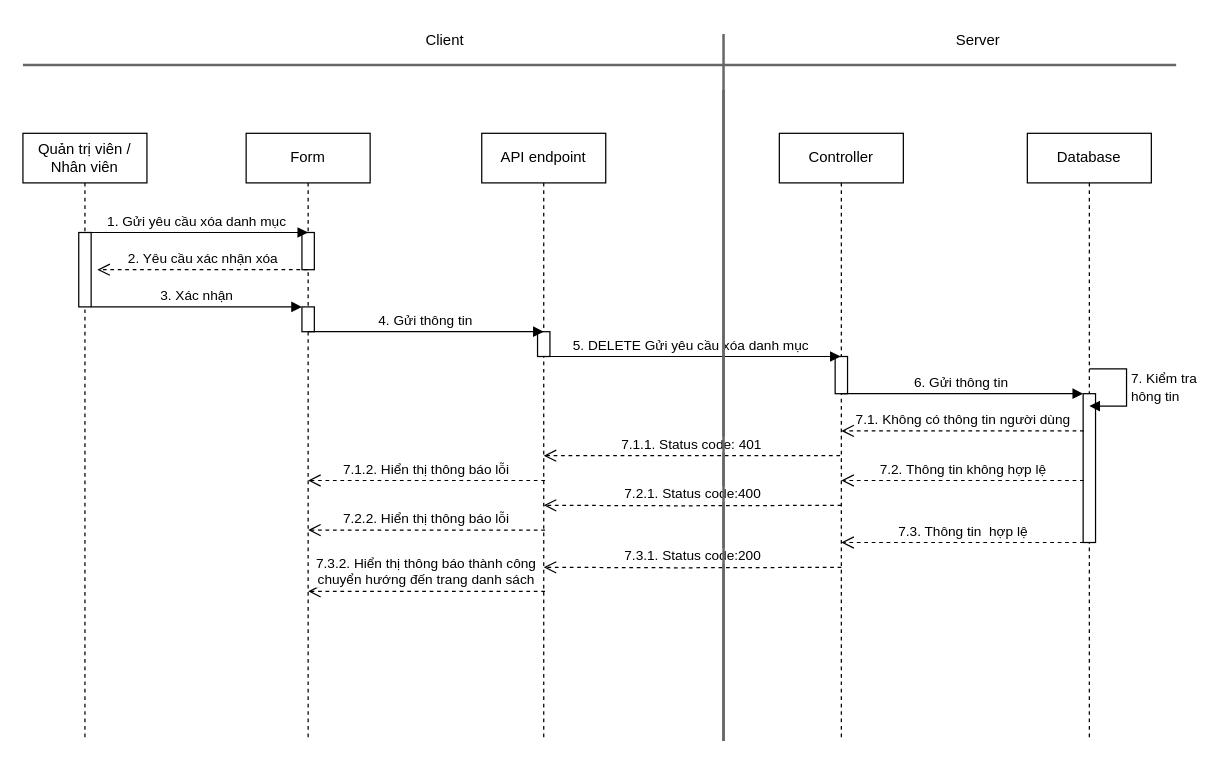
hieuNV0871/da keeps this draw.io diagram as page "Page-4" (4 of 4) of SD/SD_QUANLYDANHMUC.drawio. Above is the earlier version. Source tidied: cells renumbered, new cells numbered last; positions are measured from the earlier drawing's top-left corner, leaving out a move shared by most shapes. Both pictures are drawn from the tidied source at 124%, with x=0, y=0 at pixel (22, 21).
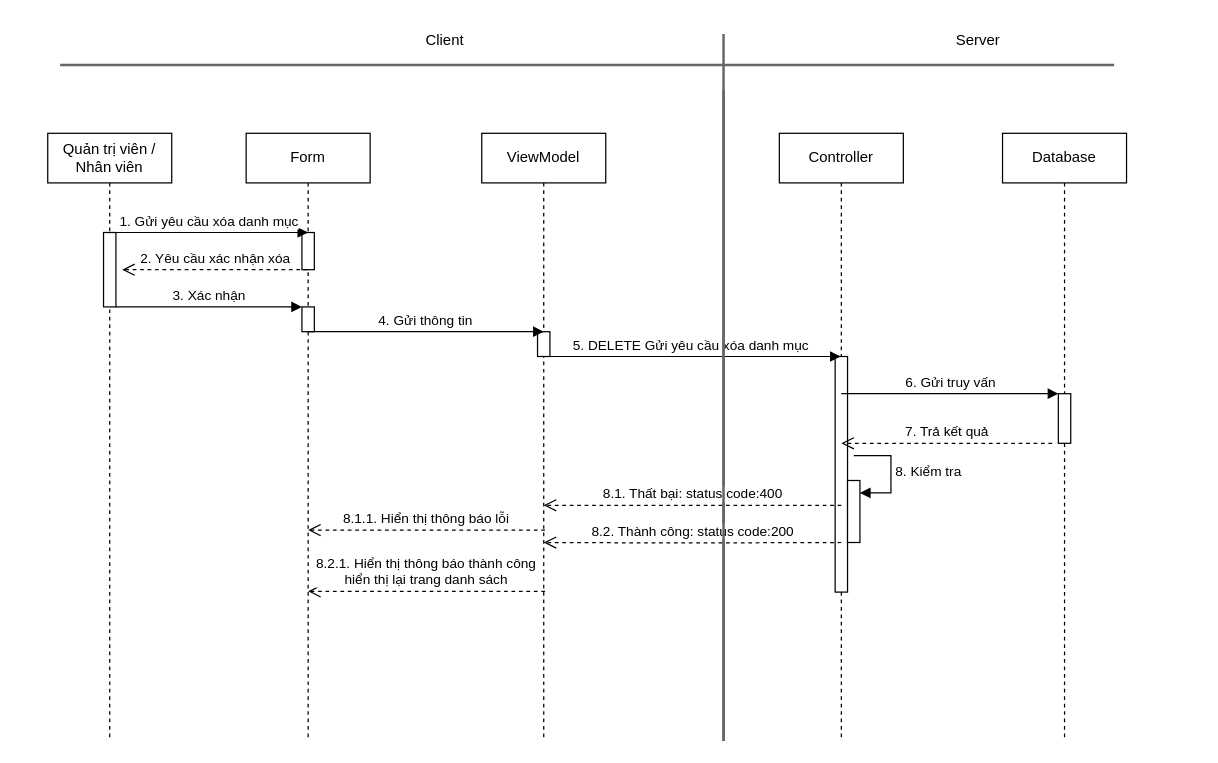
The same page after the edit.

Unchanged cells that the change refers to:
```xml
<mxCell id="7" value="Controller" style="shape=umlLifeline;perimeter=lifelinePerimeter;whiteSpace=wrap;html=1;outlineConnect=0;portConstraint=eastwest;newEdgeStyle={&quot;curved&quot;:0,&quot;rounded&quot;:0};" parent="1" vertex="1">
  <mxGeometry x="610" y="90" width="100" height="490" as="geometry" />
</mxCell>
```

The edit, as a diff of the source:
```diff
@@
     <mxCell id="2" value="Quản trị viên / Nhân viên" style="shape=umlLifeline;perimeter=lifelinePerimeter;whiteSpace=wrap;html=1;newEdgeStyle={&quot;curved&quot;:0,&quot;rounded&quot;:0};" parent="1" vertex="1">
-      <mxGeometry y="90" width="100" height="490" as="geometry" />
+      <mxGeometry x="20" y="90" width="100" height="490" as="geometry" />
     </mxCell>
@@
-    <mxCell id="8" style="html=1;perimeter=orthogonalPerimeter;targetShapes=umlLifeline;newEdgeStyle={&quot;curved&quot;:0,&quot;rounded&quot;:0};" parent="7" vertex="1">
-      <mxGeometry x="45" y="180" width="10" height="30" as="geometry" />
-    </mxCell>
+    <mxCell id="34" style="html=1;perimeter=orthogonalPerimeter;targetShapes=umlLifeline;newEdgeStyle={&quot;curved&quot;:0,&quot;rounded&quot;:0};" parent="7" vertex="1">
+      <mxGeometry x="45" y="180" width="10" height="190" as="geometry" />
+    </mxCell>
+    <mxCell id="35" style="html=1;points=[[0,0,0,0,5],[0,1,0,0,-5],[1,0,0,0,5],[1,1,0,0,-5]];perimeter=orthogonalPerimeter;outlineConnect=0;targetShapes=umlLifeline;portConstraint=eastwest;newEdgeStyle={&quot;curved&quot;:0,&quot;rounded&quot;:0};" parent="7" vertex="1">
+      <mxGeometry x="55" y="280" width="10" height="50" as="geometry" />
+    </mxCell>
+    <mxCell id="36" value="8. Kiểm tra&amp;nbsp;" style="html=1;align=left;spacingLeft=2;endArrow=block;rounded=0;edgeStyle=orthogonalEdgeStyle;curved=0;rounded=0;" parent="7" edge="1" target="35">
+      <mxGeometry relative="1" as="geometry">
+        <mxPoint x="60" y="260" as="sourcePoint" />
+        <Array as="points">
+          <mxPoint x="90" y="290" />
+        </Array>
+      </mxGeometry>
+    </mxCell>
     <mxCell id="9" value="2. Yêu cầu xác nhận xóa" style="html=1;verticalAlign=bottom;endArrow=open;dashed=1;endSize=8;curved=0;rounded=0;" parent="1" edge="1">
       <mxGeometry relative="1" as="geometry">
         <mxPoint x="229.5" y="200" as="sourcePoint" />
-        <mxPoint x="60" y="200" as="targetPoint" />
+        <mxPoint x="80" y="200" as="targetPoint" />
         <Array as="points">
           <mxPoint x="130" y="200" />
         </Array>
       </mxGeometry>
     </mxCell>
@@
     <mxCell id="11" value="1. Gửi yêu cầu xóa danh mục" style="html=1;verticalAlign=bottom;endArrow=block;curved=0;rounded=0;" parent="1" edge="1">
       <mxGeometry relative="1" as="geometry">
-        <mxPoint x="50" y="170" as="sourcePoint" />
+        <mxPoint x="70" y="170" as="sourcePoint" />
         <mxPoint x="230" y="170" as="targetPoint" />
       </mxGeometry>
     </mxCell>
@@
     <mxCell id="13" value="Database" style="shape=umlLifeline;perimeter=lifelinePerimeter;whiteSpace=wrap;html=1;newEdgeStyle={&quot;curved&quot;:0,&quot;rounded&quot;:0};" parent="1" vertex="1">
-      <mxGeometry x="810" y="90" width="100" height="490" as="geometry" />
+      <mxGeometry x="790" y="90" width="100" height="490" as="geometry" />
     </mxCell>
-    <mxCell id="14" style="html=1;points=[[0,0,0,0,5],[0,1,0,0,-5],[1,0,0,0,5],[1,1,0,0,-5]];perimeter=orthogonalPerimeter;outlineConnect=0;targetShapes=umlLifeline;portConstraint=eastwest;newEdgeStyle={&quot;curved&quot;:0,&quot;rounded&quot;:0};" parent="13" vertex="1">
-      <mxGeometry x="45" y="210" width="10" height="120" as="geometry" />
-    </mxCell>
-    <mxCell id="15" style="line;strokeWidth=2;html=1;fillColor=#f5f5f5;fontColor=#333333;strokeColor=#666666;" parent="1" vertex="1">
-      <mxGeometry y="30" width="930" height="10" as="geometry" />
-    </mxCell>
+    <mxCell id="37" style="html=1;points=[[0,0,0,0,5],[0,1,0,0,-5],[1,0,0,0,5],[1,1,0,0,-5]];perimeter=orthogonalPerimeter;outlineConnect=0;targetShapes=umlLifeline;portConstraint=eastwest;newEdgeStyle={&quot;curved&quot;:0,&quot;rounded&quot;:0};" parent="13" vertex="1">
+      <mxGeometry x="45" y="210" width="10" height="40" as="geometry" />
+    </mxCell>
+    <mxCell id="38" style="line;strokeWidth=2;html=1;fillColor=#f5f5f5;fontColor=#333333;strokeColor=#666666;" parent="1" vertex="1">
+      <mxGeometry x="30" y="30" width="850" height="10" as="geometry" />
+    </mxCell>
@@
-    <mxCell id="19" value="API endpoint" style="shape=umlLifeline;perimeter=lifelinePerimeter;whiteSpace=wrap;html=1;newEdgeStyle={&quot;curved&quot;:0,&quot;rounded&quot;:0};" parent="1" vertex="1">
-      <mxGeometry x="370" y="90" width="100" height="490" as="geometry" />
-    </mxCell>
+    <mxCell id="39" value="ViewModel" style="shape=umlLifeline;perimeter=lifelinePerimeter;whiteSpace=wrap;html=1;newEdgeStyle={&quot;curved&quot;:0,&quot;rounded&quot;:0};" parent="1" vertex="1">
+      <mxGeometry x="370" y="90" width="100" height="490" as="geometry" />
+    </mxCell>
-    <mxCell id="20" style="html=1;perimeter=orthogonalPerimeter;targetShapes=umlLifeline;newEdgeStyle={&quot;curved&quot;:0,&quot;rounded&quot;:0};" parent="19" vertex="1">
+    <mxCell id="20" style="html=1;perimeter=orthogonalPerimeter;targetShapes=umlLifeline;newEdgeStyle={&quot;curved&quot;:0,&quot;rounded&quot;:0};" parent="39" vertex="1">
       <mxGeometry x="45" y="160" width="10" height="20" as="geometry" />
     </mxCell>
@@
-    <mxCell id="22" value="7. Kiểm tra &lt;br&gt;hông tin" style="html=1;align=left;spacingLeft=2;endArrow=block;rounded=0;edgeStyle=orthogonalEdgeStyle;curved=0;rounded=0;" parent="1" edge="1">
-      <mxGeometry relative="1" as="geometry">
-        <mxPoint x="860" y="280" as="sourcePoint" />
-        <mxPoint x="860" y="310" as="targetPoint" />
-        <Array as="points">
-          <mxPoint x="890" y="310" />
-        </Array>
-      </mxGeometry>
-    </mxCell>
-    <mxCell id="23" value="6. Gửi thông tin&amp;nbsp;" style="html=1;verticalAlign=bottom;endArrow=block;curved=0;rounded=0;" parent="1" edge="1" target="14">
-      <mxGeometry relative="1" as="geometry">
-        <mxPoint x="660" y="300" as="sourcePoint" />
-      </mxGeometry>
-    </mxCell>
-    <mxCell id="24" value="7.1. Không có thông tin người dùng" style="html=1;verticalAlign=bottom;endArrow=open;dashed=1;endSize=8;curved=0;rounded=0;" parent="1" edge="1">
-      <mxGeometry relative="1" as="geometry">
-        <mxPoint x="855.5" y="330" as="sourcePoint" />
-        <mxPoint x="660" y="330" as="targetPoint" />
-        <Array as="points">
-          <mxPoint x="695.5" y="330" />
-        </Array>
-      </mxGeometry>
-    </mxCell>
-    <mxCell id="25" value="7.2. Thông tin không hợp lệ" style="html=1;verticalAlign=bottom;endArrow=open;dashed=1;endSize=8;curved=0;rounded=0;" parent="1" edge="1">
-      <mxGeometry relative="1" as="geometry">
-        <mxPoint x="855.5" y="370" as="sourcePoint" />
-        <mxPoint x="660" y="370" as="targetPoint" />
-      </mxGeometry>
-    </mxCell>
-    <mxCell id="26" value="7.1.1. Status code: 401" style="html=1;verticalAlign=bottom;endArrow=open;dashed=1;endSize=8;curved=0;rounded=0;" parent="1" edge="1">
-      <mxGeometry relative="1" as="geometry">
-        <mxPoint x="659" y="350" as="sourcePoint" />
-        <mxPoint x="420" y="350" as="targetPoint" />
-        <Array as="points">
-          <mxPoint x="520.5" y="350" />
-        </Array>
-      </mxGeometry>
-    </mxCell>
-    <mxCell id="27" value="7.2.1. Status code:400" style="html=1;verticalAlign=bottom;endArrow=open;dashed=1;endSize=8;curved=0;rounded=0;" parent="1" edge="1">
-      <mxGeometry relative="1" as="geometry">
-        <mxPoint x="660" y="390" as="sourcePoint" />
-        <mxPoint x="420" y="390" as="targetPoint" />
-        <Array as="points">
-          <mxPoint x="530.5" y="390.4" />
-        </Array>
-      </mxGeometry>
-    </mxCell>
-    <mxCell id="28" value="7.1.2. Hiển thị thông báo lỗi" style="html=1;verticalAlign=bottom;endArrow=open;dashed=1;endSize=8;curved=0;rounded=0;" parent="1" edge="1">
-      <mxGeometry relative="1" as="geometry">
-        <mxPoint x="421" y="370" as="sourcePoint" />
-        <mxPoint x="230" y="370" as="targetPoint" />
-      </mxGeometry>
-    </mxCell>
-    <mxCell id="29" value="7.3. Thông tin&amp;nbsp; hợp lệ" style="html=1;verticalAlign=bottom;endArrow=open;dashed=1;endSize=8;curved=0;rounded=0;" parent="1" edge="1">
-      <mxGeometry relative="1" as="geometry">
-        <mxPoint x="855.5" y="420" as="sourcePoint" />
-        <mxPoint x="660" y="420" as="targetPoint" />
-      </mxGeometry>
-    </mxCell>
-    <mxCell id="30" value="7.3.1. Status code:200" style="html=1;verticalAlign=bottom;endArrow=open;dashed=1;endSize=8;curved=0;rounded=0;" parent="1" edge="1">
-      <mxGeometry relative="1" as="geometry">
-        <mxPoint x="660" y="440" as="sourcePoint" />
-        <mxPoint x="420" y="440" as="targetPoint" />
-        <Array as="points">
-          <mxPoint x="530.5" y="440.4" />
-        </Array>
-      </mxGeometry>
-    </mxCell>
+    <mxCell id="40" value="6. Gửi truy vấn" style="html=1;verticalAlign=bottom;endArrow=block;curved=0;rounded=0;" parent="1" edge="1" target="37">
+      <mxGeometry relative="1" as="geometry">
+        <mxPoint x="660" y="300" as="sourcePoint" />
+      </mxGeometry>
+    </mxCell>
+    <mxCell id="41" value="7. Trả kết quả" style="html=1;verticalAlign=bottom;endArrow=open;dashed=1;endSize=8;curved=0;rounded=0;" parent="1" edge="1">
+      <mxGeometry relative="1" as="geometry">
+        <mxPoint x="830" y="340" as="sourcePoint" />
+        <mxPoint x="660" y="340" as="targetPoint" />
+        <Array as="points">
+          <mxPoint x="695.5" y="340" />
+        </Array>
+      </mxGeometry>
+    </mxCell>
+    <mxCell id="42" value="8.1. Thất bại: status code:400" style="html=1;verticalAlign=bottom;endArrow=open;dashed=1;endSize=8;curved=0;rounded=0;" parent="1" edge="1">
+      <mxGeometry relative="1" as="geometry">
+        <mxPoint x="660" y="390" as="sourcePoint" />
+        <mxPoint x="420" y="390" as="targetPoint" />
+      </mxGeometry>
+    </mxCell>
+    <mxCell id="43" value="8.2. Thành công: status code:200" style="html=1;verticalAlign=bottom;endArrow=open;dashed=1;endSize=8;curved=0;rounded=0;" parent="1" edge="1">
+      <mxGeometry relative="1" as="geometry">
+        <mxPoint x="660" y="420" as="sourcePoint" />
+        <mxPoint x="420" y="420" as="targetPoint" />
+        <Array as="points">
+          <mxPoint x="530.5" y="420.4" />
+        </Array>
+      </mxGeometry>
+    </mxCell>
@@
-    <mxCell id="32" value="7.2.2. Hiển thị thông báo lỗi" style="html=1;verticalAlign=bottom;endArrow=open;dashed=1;endSize=8;curved=0;rounded=0;" parent="1" edge="1">
-      <mxGeometry relative="1" as="geometry">
-        <mxPoint x="421" y="410" as="sourcePoint" />
-        <mxPoint x="230" y="410" as="targetPoint" />
-      </mxGeometry>
-    </mxCell>
-    <mxCell id="33" value="7.3.2. Hiển thị thông báo thành công&lt;br&gt;chuyển hướng đến trang danh sách" style="html=1;verticalAlign=bottom;endArrow=open;dashed=1;endSize=8;curved=0;rounded=0;" parent="1" edge="1">
-      <mxGeometry relative="1" as="geometry">
-        <mxPoint x="421" y="459.4" as="sourcePoint" />
-        <mxPoint x="230" y="459.4" as="targetPoint" />
-      </mxGeometry>
-    </mxCell>
+    <mxCell id="44" value="8.1.1. Hiển thị thông báo lỗi" style="html=1;verticalAlign=bottom;endArrow=open;dashed=1;endSize=8;curved=0;rounded=0;" parent="1" edge="1">
+      <mxGeometry relative="1" as="geometry">
+        <mxPoint x="421" y="410" as="sourcePoint" />
+        <mxPoint x="230" y="410" as="targetPoint" />
+      </mxGeometry>
+    </mxCell>
+    <mxCell id="45" value="8.2.1. Hiển thị thông báo thành công&lt;br&gt;hiển thị lại trang danh sách" style="html=1;verticalAlign=bottom;endArrow=open;dashed=1;endSize=8;curved=0;rounded=0;" parent="1" edge="1">
+      <mxGeometry relative="1" as="geometry">
+        <mxPoint x="421" y="459.4" as="sourcePoint" />
+        <mxPoint x="230" y="459.4" as="targetPoint" />
+      </mxGeometry>
+    </mxCell>
```
